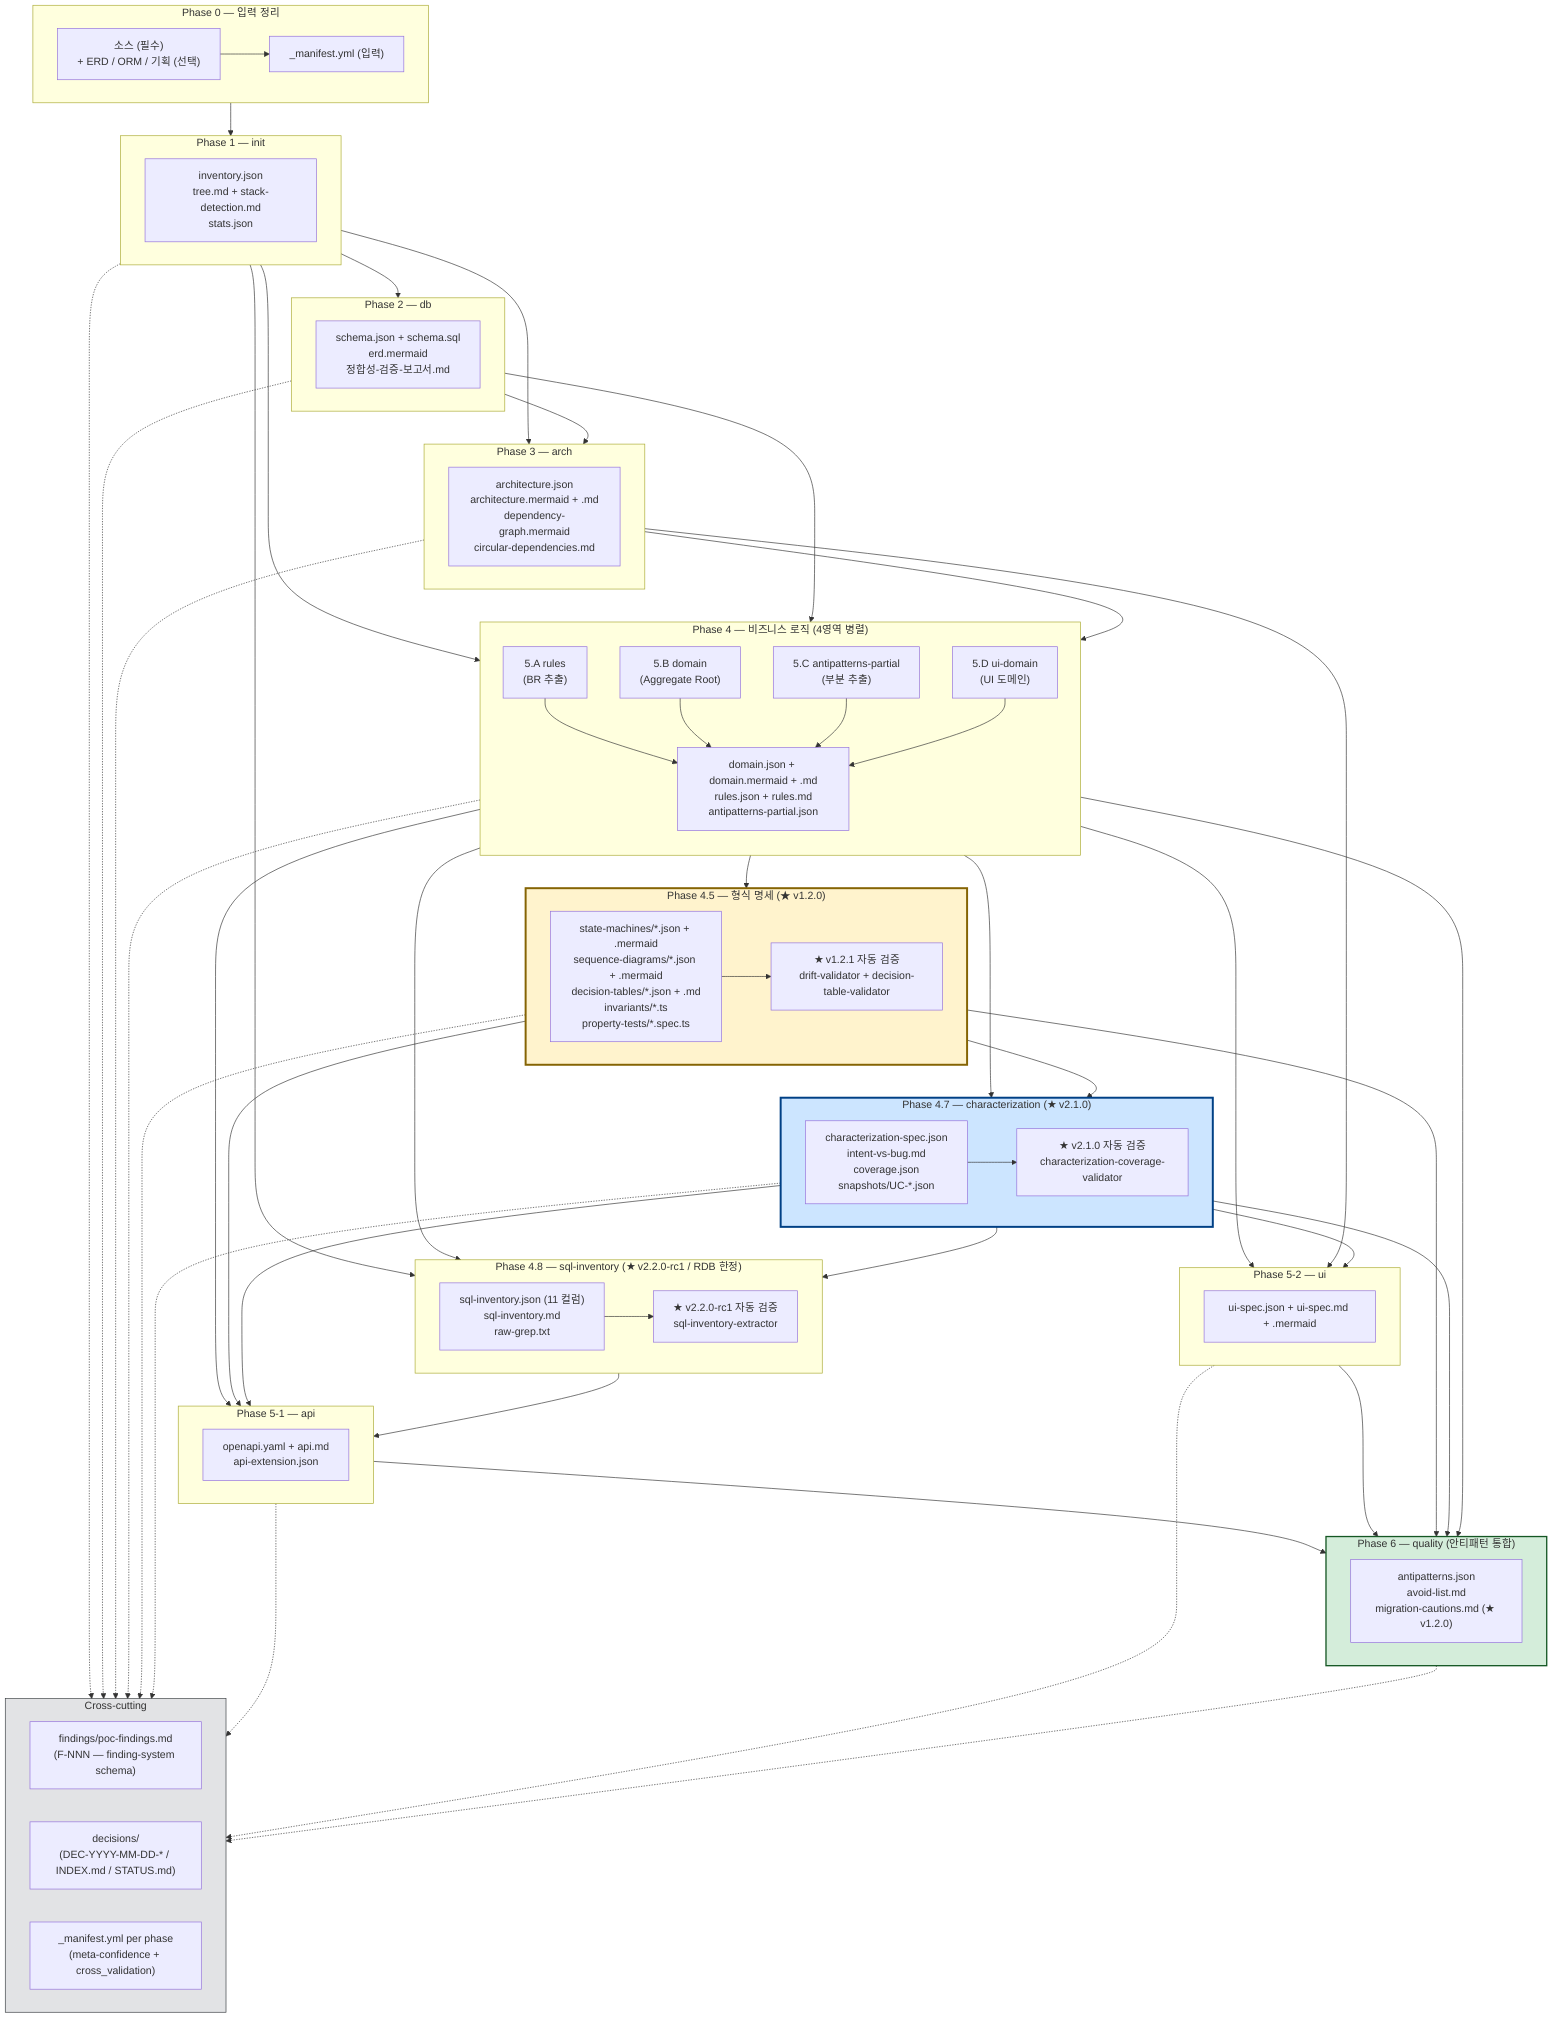
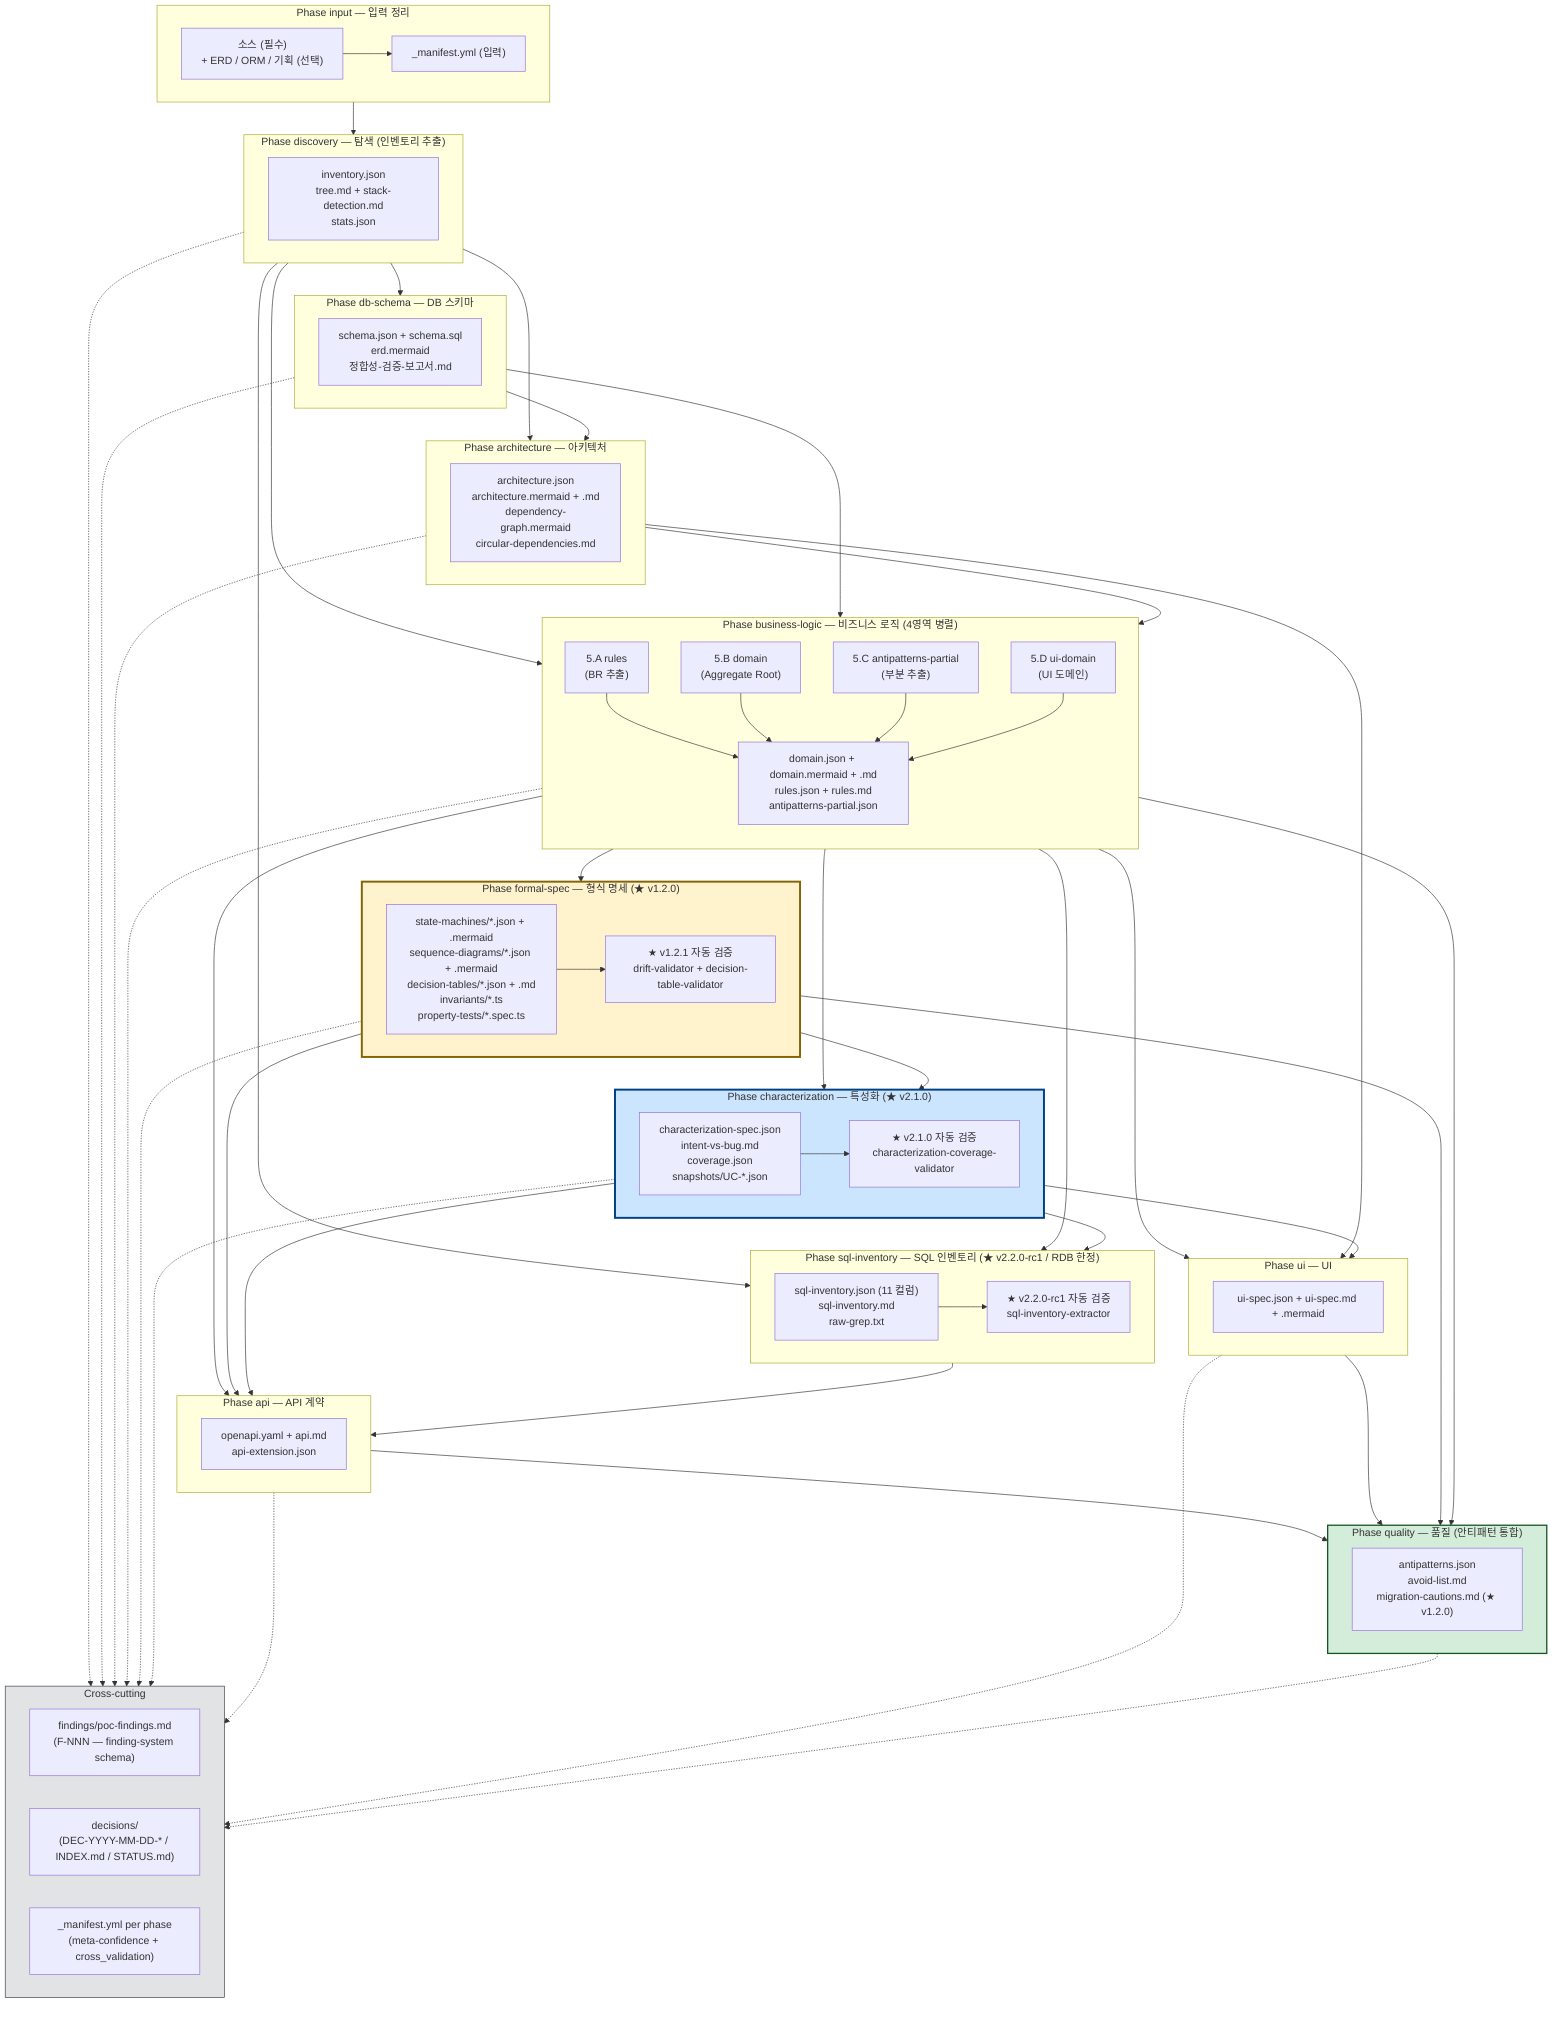
%% AI-Native 방법론 — Phase 흐름 + 산출물 의존 그래프
- %% v2.2.0-rc1 — ★ phase 4.8 (sql-inventory) 정식 단계 신설 (★ SQL 단위 11 컬럼 인벤토리 + extraction_automation + RDB 한정 sub-phase / paradigm-cross = Modern ORM PoC #08 carry C-v2.2.0-6)
+ %% v3.0.0 — ★ phase ID 의미 ID rename (D-3 paradigm / depends_on 그래프 SSOT / 위상정렬 자동 도출).
%% 사람 눈 (mermaid). AI 눈 짝: phase-flow.json (drift-validator 호환).
- %% ADR-008 (이중 렌더링 사상) + ADR-CHAIN-006 (phase 4.7) + ADR-CHAIN-007 (phase 4.8 정식 도입) 정합.
+ %% subgraph id 표기 = `P_<semantic_id>` (P 접두사 + underscore — mermaid 문법 호환 + drift-validator P prefix 정규식 호환).
+ %% drift-validator 의 derivePhaseIdFromSubId 가 `P_db_schema` → `db-schema` 자동 변환.
+ %% ADR-008 (이중 렌더링) + ADR-CHAIN-006 (characterization) + ADR-CHAIN-007 (sql-inventory) 정합.

flowchart TB
-     %% ═════════════ Phase 0 (입력) ═════════════
-     subgraph P0["Phase 0 — 입력 정리"]
+     %% ═════════════ input ═════════════
+     subgraph P_input["Phase input — 입력 정리"]
        direction LR
-         P0_IN["소스 (필수)<br/>+ ERD / ORM / 기획 (선택)"]
-         P0_OUT["_manifest.yml (입력)"]
-         P0_IN --> P0_OUT
+         input_IN["소스 (필수)<br/>+ ERD / ORM / 기획 (선택)"]
+         input_OUT["_manifest.yml (입력)"]
+         input_IN --> input_OUT
    end

-     %% ═════════════ Phase 1 ═════════════
-     subgraph P1["Phase 1 — init"]
+     %% ═════════════ discovery ═════════════
+     subgraph P_discovery["Phase discovery — 탐색 (인벤토리 추출)"]
        direction LR
-         P1_OUT["inventory.json<br/>tree.md + stack-detection.md<br/>stats.json"]
+         discovery_OUT["inventory.json<br/>tree.md + stack-detection.md<br/>stats.json"]
    end

-     %% ═════════════ Phase 2 ═════════════
-     subgraph P2["Phase 2 — db"]
+     %% ═════════════ db-schema ═════════════
+     subgraph P_db_schema["Phase db-schema — DB 스키마"]
        direction LR
-         P2_OUT["schema.json + schema.sql<br/>erd.mermaid<br/>정합성-검증-보고서.md"]
+         db_schema_OUT["schema.json + schema.sql<br/>erd.mermaid<br/>정합성-검증-보고서.md"]
    end

-     %% ═════════════ Phase 3 ═════════════
-     subgraph P3["Phase 3 — arch"]
+     %% ═════════════ architecture ═════════════
+     subgraph P_architecture["Phase architecture — 아키텍처"]
        direction LR
-         P3_OUT["architecture.json<br/>architecture.mermaid + .md<br/>dependency-graph.mermaid<br/>circular-dependencies.md"]
+         architecture_OUT["architecture.json<br/>architecture.mermaid + .md<br/>dependency-graph.mermaid<br/>circular-dependencies.md"]
    end

-     %% ═════════════ Phase 4 (4영역 병렬) ═════════════
-     subgraph P4["Phase 4 — 비즈니스 로직 (4영역 병렬)"]
+     %% ═════════════ business-logic (4영역 병렬) ═════════════
+     subgraph P_business_logic["Phase business-logic — 비즈니스 로직 (4영역 병렬)"]
        direction TB
-         P4A["5.A rules<br/>(BR 추출)"]
-         P4B["5.B domain<br/>(Aggregate Root)"]
-         P4C["5.C antipatterns-partial<br/>(부분 추출)"]
-         P4D["5.D ui-domain<br/>(UI 도메인)"]
-         P4_OUT["domain.json + domain.mermaid + .md<br/>rules.json + rules.md<br/>antipatterns-partial.json"]
-         P4A --> P4_OUT
-         P4B --> P4_OUT
-         P4C --> P4_OUT
-         P4D --> P4_OUT
+         BL_A["5.A rules<br/>(BR 추출)"]
+         BL_B["5.B domain<br/>(Aggregate Root)"]
+         BL_C["5.C antipatterns-partial<br/>(부분 추출)"]
+         BL_D["5.D ui-domain<br/>(UI 도메인)"]
+         BL_OUT["domain.json + domain.mermaid + .md<br/>rules.json + rules.md<br/>antipatterns-partial.json"]
+         BL_A --> BL_OUT
+         BL_B --> BL_OUT
+         BL_C --> BL_OUT
+         BL_D --> BL_OUT
    end

-     %% ═════════════ Phase 4.5 (★ v1.2.0 신설 / v1.2.1 자동 검증) ═════════════
-     subgraph P45["Phase 4.5 — 형식 명세 (★ v1.2.0)"]
+     %% ═════════════ formal-spec (★ v1.2.0 신설 / v1.2.1 자동 검증) ═════════════
+     subgraph P_formal_spec["Phase formal-spec — 형식 명세 (★ v1.2.0)"]
        direction LR
-         P45_OUT["state-machines/*.json + .mermaid<br/>sequence-diagrams/*.json + .mermaid<br/>decision-tables/*.json + .md<br/>invariants/*.ts<br/>property-tests/*.spec.ts"]
-         P45_VAL["★ v1.2.1 자동 검증<br/>drift-validator + decision-table-validator"]
-         P45_OUT --> P45_VAL
+         formal_spec_OUT["state-machines/*.json + .mermaid<br/>sequence-diagrams/*.json + .mermaid<br/>decision-tables/*.json + .md<br/>invariants/*.ts<br/>property-tests/*.spec.ts"]
+         formal_spec_VAL["★ v1.2.1 자동 검증<br/>drift-validator + decision-table-validator"]
+         formal_spec_OUT --> formal_spec_VAL
    end

-     %% ═════════════ Phase 4.7 (★ v2.1.0 신설 — 의도 vs 버그 분리) ═════════════
-     subgraph P47["Phase 4.7 — characterization (★ v2.1.0)"]
+     %% ═════════════ characterization (★ v2.1.0 신설 — 의도 vs 버그 분리) ═════════════
+     subgraph P_characterization["Phase characterization — 특성화 (★ v2.1.0)"]
        direction LR
-         P47_OUT["characterization-spec.json<br/>intent-vs-bug.md<br/>coverage.json<br/>snapshots/UC-*.json"]
-         P47_VAL["★ v2.1.0 자동 검증<br/>characterization-coverage-validator"]
-         P47_OUT --> P47_VAL
+         characterization_OUT["characterization-spec.json<br/>intent-vs-bug.md<br/>coverage.json<br/>snapshots/UC-*.json"]
+         characterization_VAL["★ v2.1.0 자동 검증<br/>characterization-coverage-validator"]
+         characterization_OUT --> characterization_VAL
    end

-     %% ═════════════ Phase 4.8 (★ v2.2.0-rc1 신설 — SQL 인벤토리 / RDB 한정) ═════════════
-     subgraph P48["Phase 4.8 — sql-inventory (★ v2.2.0-rc1 / RDB 한정)"]
+     %% ═════════════ sql-inventory (★ v2.2.0-rc1 신설 / RDB 한정) ═════════════
+     subgraph P_sql_inventory["Phase sql-inventory — SQL 인벤토리 (★ v2.2.0-rc1 / RDB 한정)"]
        direction LR
-         P48_OUT["sql-inventory.json (11 컬럼)<br/>sql-inventory.md<br/>raw-grep.txt"]
-         P48_VAL["★ v2.2.0-rc1 자동 검증<br/>sql-inventory-extractor"]
-         P48_OUT --> P48_VAL
+         sql_inventory_OUT["sql-inventory.json (11 컬럼)<br/>sql-inventory.md<br/>raw-grep.txt"]
+         sql_inventory_VAL["★ v2.2.0-rc1 자동 검증<br/>sql-inventory-extractor"]
+         sql_inventory_OUT --> sql_inventory_VAL
    end

-     %% ═════════════ Phase 5 (병렬) ═════════════
-     subgraph P5_1["Phase 5-1 — api"]
-         P5_1_OUT["openapi.yaml + api.md<br/>api-extension.json"]
+     %% ═════════════ api / ui (병렬) ═════════════
+     subgraph P_api["Phase api — API 계약"]
+         api_OUT["openapi.yaml + api.md<br/>api-extension.json"]
    end
-     subgraph P5_2["Phase 5-2 — ui"]
-         P5_2_OUT["ui-spec.json + ui-spec.md + .mermaid"]
+     subgraph P_ui["Phase ui — UI"]
+         ui_OUT["ui-spec.json + ui-spec.md + .mermaid"]
    end

-     %% ═════════════ Phase 6 ═════════════
-     subgraph P6["Phase 6 — quality (안티패턴 통합)"]
+     %% ═════════════ quality ═════════════
+     subgraph P_quality["Phase quality — 품질 (안티패턴 통합)"]
        direction LR
-         P6_OUT["antipatterns.json<br/>avoid-list.md<br/>migration-cautions.md (★ v1.2.0)"]
+         quality_OUT["antipatterns.json<br/>avoid-list.md<br/>migration-cautions.md (★ v1.2.0)"]
    end

    %% ═════════════ Cross-cutting (모든 phase) ═════════════
    subgraph CC["Cross-cutting"]
        direction LR
        CC_FIND["findings/poc-findings.md<br/>(F-NNN — finding-system schema)"]
        CC_DEC["decisions/<br/>(DEC-YYYY-MM-DD-* / INDEX.md / STATUS.md)"]
        CC_META["_manifest.yml per phase<br/>(meta-confidence + cross_validation)"]
    end

    %% ═════════════ 의존 그래프 ═════════════
-     P0 --> P1
-     P1 --> P2
-     P1 --> P3
-     P2 --> P3
-     P1 --> P4
-     P2 --> P4
-     P3 --> P4
-     P4 --> P45
-     P4 --> P47
-     P45 --> P47
-     P1 --> P48
-     P4 --> P48
-     P47 --> P48
-     P4 --> P5_1
-     P45 --> P5_1
-     P47 --> P5_1
-     P48 --> P5_1
-     P4 --> P5_2
-     P3 --> P5_2
-     P47 --> P5_2
-     P5_1 --> P6
-     P5_2 --> P6
-     P45 --> P6
-     P47 --> P6
-     P4 --> P6
+     P_input --> P_discovery
+     P_discovery --> P_db_schema
+     P_discovery --> P_architecture
+     P_db_schema --> P_architecture
+     P_discovery --> P_business_logic
+     P_db_schema --> P_business_logic
+     P_architecture --> P_business_logic
+     P_business_logic --> P_formal_spec
+     P_business_logic --> P_characterization
+     P_formal_spec --> P_characterization
+     P_discovery --> P_sql_inventory
+     P_business_logic --> P_sql_inventory
+     P_characterization --> P_sql_inventory
+     P_business_logic --> P_api
+     P_formal_spec --> P_api
+     P_characterization --> P_api
+     P_sql_inventory --> P_api
+     P_business_logic --> P_ui
+     P_architecture --> P_ui
+     P_characterization --> P_ui
+     P_api --> P_quality
+     P_ui --> P_quality
+     P_formal_spec --> P_quality
+     P_business_logic --> P_quality

    %% 산출물 cross-cutting
-     P1 -.-> CC_FIND
-     P2 -.-> CC_FIND
-     P3 -.-> CC_FIND
-     P4 -.-> CC_FIND
-     P45 -.-> CC_FIND
-     P47 -.-> CC_FIND
-     P5_1 -.-> CC_FIND
-     P5_2 -.-> CC_FIND
-     P6 -.-> CC_FIND
+     P_discovery -.-> CC_FIND
+     P_db_schema -.-> CC_FIND
+     P_architecture -.-> CC_FIND
+     P_business_logic -.-> CC_FIND
+     P_formal_spec -.-> CC_FIND
+     P_characterization -.-> CC_FIND
+     P_api -.-> CC_FIND
+     P_ui -.-> CC_FIND
+     P_quality -.-> CC_FIND

    %% Style
-     classDef new45 fill:#fff3cd,stroke:#856404,stroke-width:3px
-     classDef new47 fill:#cce5ff,stroke:#004085,stroke-width:3px
-     classDef quality fill:#d4edda,stroke:#155724,stroke-width:2px
+     classDef new_formal fill:#fff3cd,stroke:#856404,stroke-width:3px
+     classDef new_char fill:#cce5ff,stroke:#004085,stroke-width:3px
+     classDef quality_style fill:#d4edda,stroke:#155724,stroke-width:2px
    classDef cross fill:#e2e3e5,stroke:#383d41
-     class P45 new45
-     class P47 new47
-     class P6 quality
+     class P_formal_spec new_formal
+     class P_characterization new_char
+     class P_quality quality_style
    class CC cross
